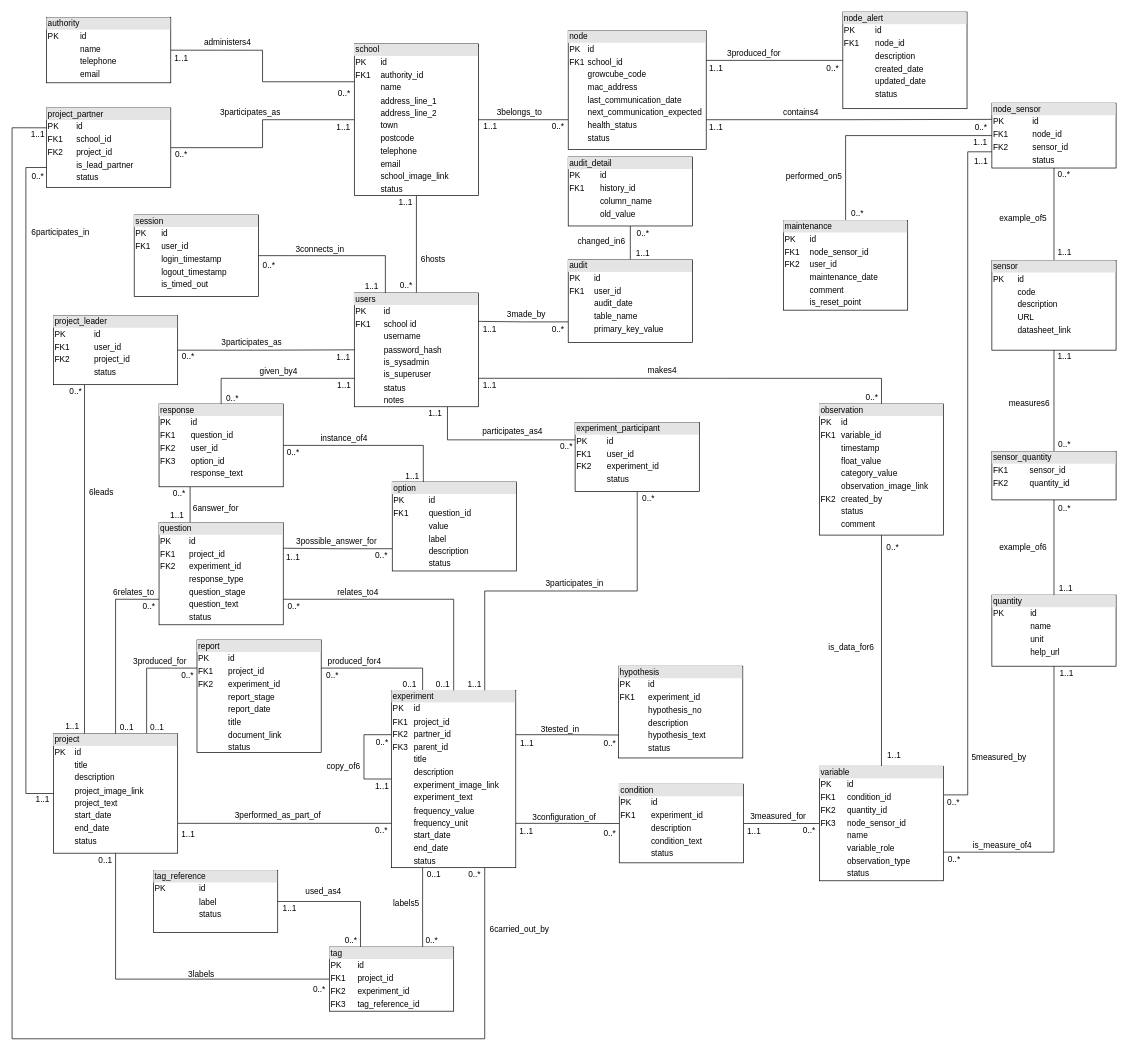
Before: Documentation/ER diagram dandelion.drawio in Dandelion-dev-team/dandelion, a draw.io diagram. Source tidied: cells renumbered, new cells numbered last; positions are measured from the earlier drawing's top-left corner, leaving out a move shared by most shapes. Both pictures are drawn from the tidied source at 69%, with x=0, y=0 at pixel (12, 12).
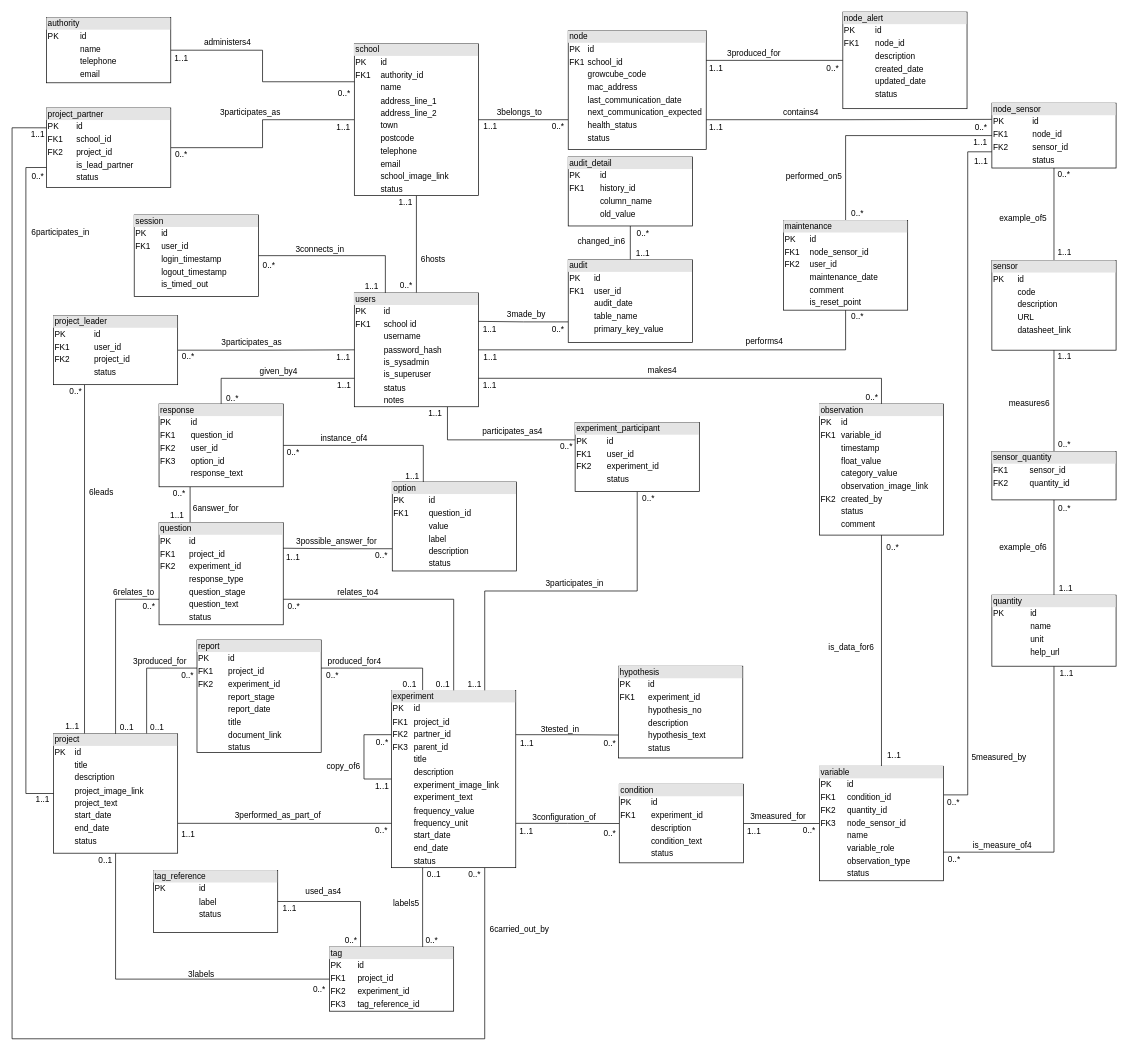
The same diagram, later.

Commit message:
Update ER diagram - added missing relationship USERS - MAINTENANCE

Unchanged cells that the change refers to:
```xml
<mxCell id="6" value="&lt;div style=&quot;box-sizing: border-box ; width: 100% ; background: #e4e4e4 ; padding: 2px&quot;&gt;users&lt;/div&gt;&lt;table style=&quot;width: 100% ; font-size: 1em&quot; cellpadding=&quot;2&quot; cellspacing=&quot;0&quot;&gt;&lt;tbody&gt;&lt;tr&gt;&lt;td&gt;PK&lt;/td&gt;&lt;td&gt;id&lt;/td&gt;&lt;/tr&gt;&lt;tr&gt;&lt;td&gt;FK1&lt;/td&gt;&lt;td&gt;school id&lt;/td&gt;&lt;/tr&gt;&lt;tr&gt;&lt;td&gt;&lt;/td&gt;&lt;td&gt;username&lt;/td&gt;&lt;/tr&gt;&lt;tr&gt;&lt;td&gt;&lt;br&gt;&lt;/td&gt;&lt;td&gt;password_hash&lt;/td&gt;&lt;/tr&gt;&lt;tr&gt;&lt;td&gt;&lt;br&gt;&lt;/td&gt;&lt;td&gt;is_sysadmin&lt;/td&gt;&lt;/tr&gt;&lt;tr&gt;&lt;td&gt;&lt;br&gt;&lt;/td&gt;&lt;td&gt;is_superuser&lt;br&gt;&lt;/td&gt;&lt;/tr&gt;&lt;tr&gt;&lt;td&gt;&lt;br&gt;&lt;/td&gt;&lt;td&gt;status&lt;/td&gt;&lt;/tr&gt;&lt;tr&gt;&lt;td&gt;&lt;br&gt;&lt;/td&gt;&lt;td&gt;notes&lt;/td&gt;&lt;/tr&gt;&lt;/tbody&gt;&lt;/table&gt;" style="verticalAlign=top;align=left;overflow=fill;html=1;" parent="1" vertex="1">
  <mxGeometry x="496" y="407" width="180" height="165" as="geometry" />
</mxCell>
<mxCell id="182" value="&lt;div style=&quot;box-sizing: border-box ; width: 100% ; background: #e4e4e4 ; padding: 2px&quot;&gt;maintenance&lt;/div&gt;&lt;table style=&quot;width: 100% ; font-size: 1em&quot; cellpadding=&quot;2&quot; cellspacing=&quot;0&quot;&gt;&lt;tbody&gt;&lt;tr&gt;&lt;td&gt;PK&lt;/td&gt;&lt;td&gt;id&lt;/td&gt;&lt;/tr&gt;&lt;tr&gt;&lt;td&gt;FK1&lt;/td&gt;&lt;td&gt;node_sensor_id&lt;/td&gt;&lt;/tr&gt;&lt;tr&gt;&lt;td&gt;FK2&lt;/td&gt;&lt;td&gt;user_id&lt;/td&gt;&lt;/tr&gt;&lt;tr&gt;&lt;td&gt;&lt;/td&gt;&lt;td&gt;maintenance_date&lt;/td&gt;&lt;/tr&gt;&lt;tr&gt;&lt;td&gt;&lt;br&gt;&lt;/td&gt;&lt;td&gt;comment&lt;/td&gt;&lt;/tr&gt;&lt;tr&gt;&lt;td&gt;&lt;br&gt;&lt;/td&gt;&lt;td&gt;is_reset_point&lt;/td&gt;&lt;/tr&gt;&lt;/tbody&gt;&lt;/table&gt;" style="verticalAlign=top;align=left;overflow=fill;html=1;" parent="1" vertex="1">
  <mxGeometry x="1118" y="302" width="180" height="130" as="geometry" />
</mxCell>
```

Diff of the diagram source:
```diff
@@
+    <mxCell id="186" style="edgeStyle=orthogonalEdgeStyle;rounded=0;jettySize=auto;html=1;entryX=1;entryY=0.5;entryDx=0;entryDy=0;endArrow=none;endFill=0;exitX=0.5;exitY=1;exitDx=0;exitDy=0;" parent="1" edge="1" source="182" target="6">
+      <mxGeometry relative="1" as="geometry" />
+    </mxCell>
@@
+    <mxCell id="187" value="performs&lt;font face=&quot;webdings&quot;&gt;4&lt;/font&gt;" style="text;html=1;align=center;verticalAlign=middle;strokeColor=none;fillColor=none;" parent="1" vertex="1">
+      <mxGeometry x="1055" y="468" width="70" height="20" as="geometry" />
+    </mxCell>
+    <mxCell id="188" value="0..*" style="text;html=1;align=center;verticalAlign=middle;strokeColor=none;fillColor=none;" parent="1" vertex="1">
+      <mxGeometry x="1210" y="432" width="30" height="20" as="geometry" />
+    </mxCell>
+    <mxCell id="189" value="1..1" style="text;html=1;align=center;verticalAlign=middle;strokeColor=none;fillColor=none;" parent="1" vertex="1">
+      <mxGeometry x="673" y="491" width="40" height="20" as="geometry" />
+    </mxCell>
```
